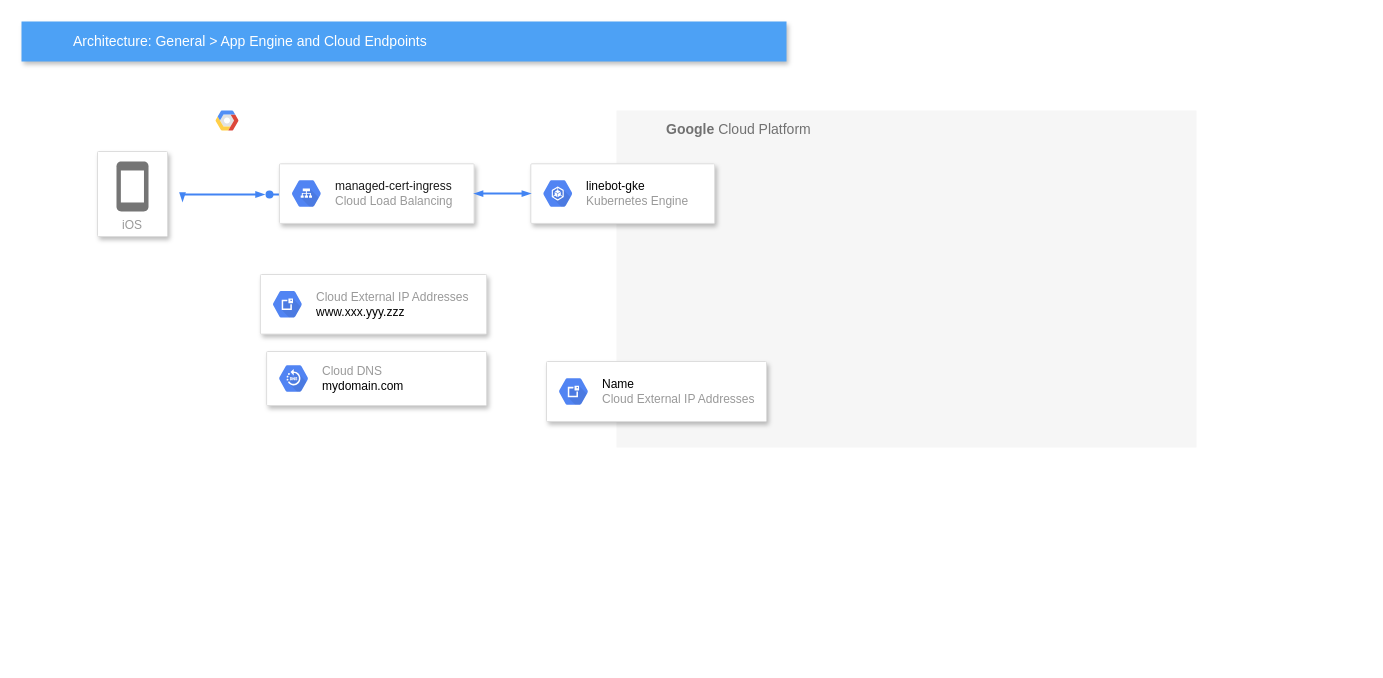
Earlier version of the draw.io diagram Untitled Diagram.drawio (kotaaaa/linebot). Source tidied: cells renumbered, new cells numbered last; positions are measured from the earlier drawing's top-left corner, leaving out a move shared by most shapes. Both pictures are drawn from the tidied source at 100%, with x=0, y=0 at pixel (21, 21).
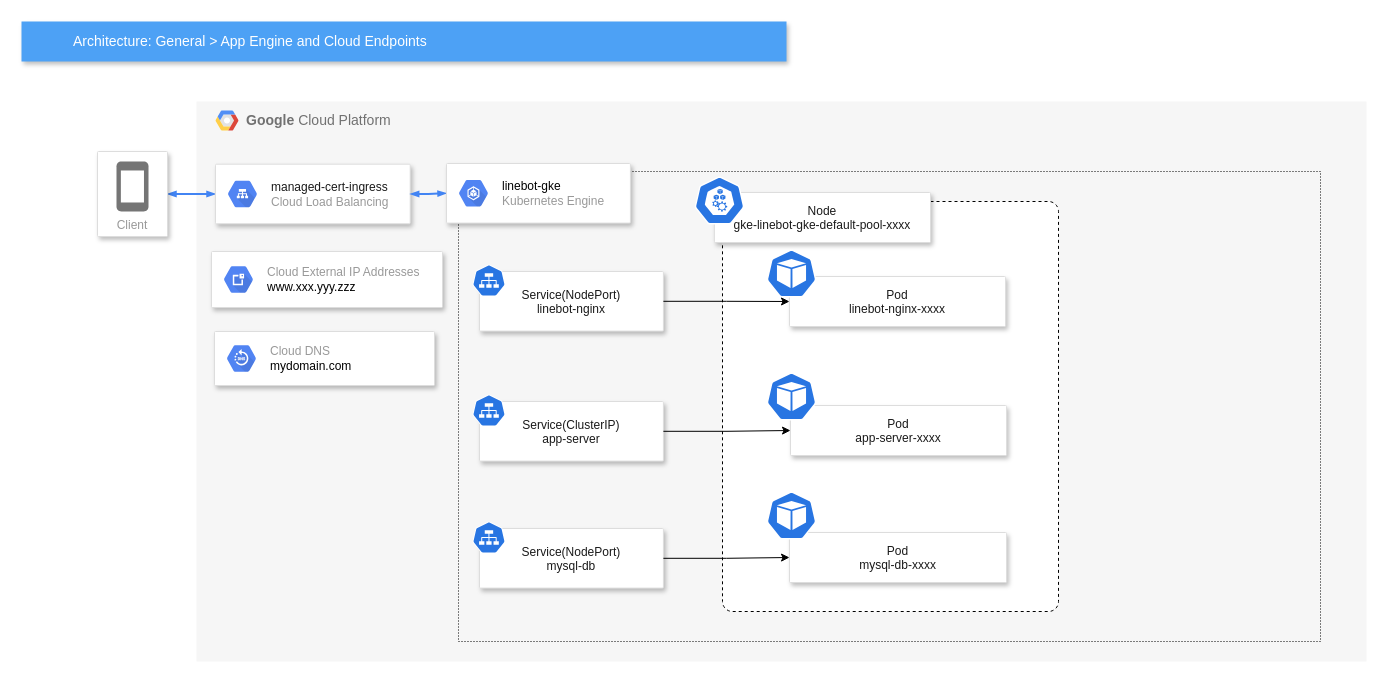
Above is the later version.

Commit message:
System diagram GCP Diagram.drawio

The edit, as a diff of the source:
```diff
@@
     <mxCell id="2" value="&lt;b&gt;Google &lt;/b&gt;Cloud Platform" style="fillColor=#F6F6F6;strokeColor=none;shadow=0;gradientColor=none;fontSize=14;align=left;spacing=10;fontColor=#717171;9E9E9E;verticalAlign=top;spacingTop=-4;fontStyle=0;spacingLeft=40;html=1;" parent="1" vertex="1">
-      <mxGeometry x="595" y="89" width="580" height="337" as="geometry" />
+      <mxGeometry x="175" y="80" width="1170" height="560" as="geometry" />
     </mxCell>
@@
-    <mxCell id="5" style="edgeStyle=orthogonalEdgeStyle;fontSize=12;html=1;endArrow=blockThin;endFill=1;rounded=0;strokeWidth=2;endSize=4;startSize=4;dashed=0;strokeColor=#4284F3;startArrow=blockThin;startFill=1;" parent="1" edge="1">
+    <mxCell id="5" style="edgeStyle=orthogonalEdgeStyle;fontSize=12;html=1;endArrow=blockThin;endFill=1;rounded=0;strokeWidth=2;endSize=4;startSize=4;dashed=0;strokeColor=#4284F3;startArrow=blockThin;startFill=1;entryX=0;entryY=0.5;entryDx=0;entryDy=0;exitX=1;exitY=0.5;exitDx=0;exitDy=0;" parent="1" edge="1" source="7" target="14">
       <mxGeometry relative="1" as="geometry">
-        <mxPoint x="161" y="180" as="sourcePoint" />
-        <mxPoint x="243" y="173" as="targetPoint" />
         <Array as="points">
-          <mxPoint x="196" y="173" />
-          <mxPoint x="196" y="173" />
+          <mxPoint x="175" y="172" />
+          <mxPoint x="175" y="172" />
         </Array>
       </mxGeometry>
     </mxCell>
@@
-    <mxCell id="7" value="iOS" style="strokeColor=#dddddd;fillColor=#ffffff;shadow=1;strokeWidth=1;rounded=1;absoluteArcSize=1;arcSize=2;labelPosition=center;verticalLabelPosition=middle;align=center;verticalAlign=bottom;spacingLeft=0;fontColor=#999999;fontSize=12;whiteSpace=wrap;spacingBottom=2;html=1;" parent="1" vertex="1">
+    <mxCell id="7" value="Client" style="strokeColor=#dddddd;fillColor=#ffffff;shadow=1;strokeWidth=1;rounded=1;absoluteArcSize=1;arcSize=2;labelPosition=center;verticalLabelPosition=middle;align=center;verticalAlign=bottom;spacingLeft=0;fontColor=#999999;fontSize=12;whiteSpace=wrap;spacingBottom=2;html=1;" parent="1" vertex="1">
       <mxGeometry x="76" y="130" width="70" height="85" as="geometry" />
     </mxCell>
@@
     <mxCell id="10" style="strokeColor=#dddddd;shadow=1;strokeWidth=1;rounded=1;absoluteArcSize=1;arcSize=2;" parent="1" vertex="1">
-      <mxGeometry x="238.9" y="253" width="226.3" height="59.6" as="geometry" />
+      <mxGeometry x="190" y="230" width="231" height="56" as="geometry" />
     </mxCell>
@@
-    <mxCell id="12" style="strokeColor=#dddddd;shadow=1;strokeWidth=1;rounded=1;absoluteArcSize=1;arcSize=2;" parent="1" vertex="1">
-      <mxGeometry x="509.3" y="142.3" width="183.9" height="59.6" as="geometry" />
-    </mxCell>
-    <mxCell id="13" value="&lt;font color=&quot;#000000&quot;&gt;linebot-gke&lt;/font&gt;&lt;br&gt;Kubernetes Engine" style="sketch=0;dashed=0;html=1;fillColor=#5184F3;strokeColor=none;shape=mxgraph.gcp2.hexIcon;prIcon=container_engine;labelPosition=right;verticalLabelPosition=middle;align=left;verticalAlign=middle;spacingLeft=5;fontColor=#999999;fontSize=12;" parent="12" vertex="1">
-      <mxGeometry y="0.5" width="44" height="39" relative="1" as="geometry">
-        <mxPoint x="5" y="-19.5" as="offset" />
-      </mxGeometry>
-    </mxCell>
     <mxCell id="14" style="strokeColor=#dddddd;shadow=1;strokeWidth=1;rounded=1;absoluteArcSize=1;arcSize=2;" parent="1" vertex="1">
-      <mxGeometry x="257.9" y="142.3" width="194.7" height="59.6" as="geometry" />
+      <mxGeometry x="194" y="142.7" width="194.7" height="59.6" as="geometry" />
     </mxCell>
@@
-    <mxCell id="16" style="edgeStyle=orthogonalEdgeStyle;fontSize=12;html=1;endArrow=blockThin;endFill=1;rounded=0;strokeWidth=2;endSize=4;startSize=4;dashed=0;strokeColor=#4284F3;startArrow=blockThin;startFill=1;entryX=0;entryY=0.5;entryDx=0;entryDy=0;exitX=1;exitY=0.5;exitDx=0;exitDy=0;" parent="1" edge="1" source="14" target="12">
+    <mxCell id="16" style="edgeStyle=orthogonalEdgeStyle;fontSize=12;html=1;endArrow=blockThin;endFill=1;rounded=0;strokeWidth=2;endSize=4;startSize=4;dashed=0;strokeColor=#4284F3;startArrow=blockThin;startFill=1;entryX=0;entryY=0.5;entryDx=0;entryDy=0;exitX=1;exitY=0.5;exitDx=0;exitDy=0;" parent="1" edge="1" source="14" target="24">
       <mxGeometry relative="1" as="geometry" />
     </mxCell>
     <mxCell id="17" style="strokeColor=#dddddd;shadow=1;strokeWidth=1;rounded=1;absoluteArcSize=1;arcSize=2;fontColor=#1A1A1A;" parent="1" vertex="1">
-      <mxGeometry x="245.1" y="330" width="220" height="54" as="geometry" />
+      <mxGeometry x="193" y="310" width="220" height="54" as="geometry" />
     </mxCell>
@@
-    <mxCell id="19" style="strokeColor=#dddddd;shadow=1;strokeWidth=1;rounded=1;absoluteArcSize=1;arcSize=2;fontColor=#1A1A1A;" parent="1" vertex="1">
-      <mxGeometry x="525" y="340" width="220" height="60" as="geometry" />
-    </mxCell>
-    <mxCell id="20" value="&lt;font color=&quot;#000000&quot;&gt;Name&lt;/font&gt;&lt;br&gt;Cloud External IP Addresses" style="sketch=0;dashed=0;html=1;fillColor=#5184F3;strokeColor=none;shape=mxgraph.gcp2.hexIcon;prIcon=cloud_external_ip_addresses;labelPosition=right;verticalLabelPosition=middle;align=left;verticalAlign=middle;spacingLeft=5;fontColor=#999999;fontSize=12;" parent="19" vertex="1">
-      <mxGeometry y="0.5" width="44" height="39" relative="1" as="geometry">
-        <mxPoint x="5" y="-19.5" as="offset" />
-      </mxGeometry>
-    </mxCell>
+    <mxCell id="21" style="fillColor=#F6F6F6;strokeColor=default;shadow=0;gradientColor=none;fontSize=14;align=left;spacing=10;fontColor=#717171;9E9E9E;verticalAlign=top;spacingTop=-4;fontStyle=0;spacingLeft=40;html=1;dashed=1;dashPattern=1 2;" parent="1" vertex="1">
+      <mxGeometry x="437" y="150" width="862" height="470" as="geometry" />
+    </mxCell>
+    <mxCell id="22" style="dashed=1;rounded=1;absoluteArcSize=1;arcSize=20;html=1;verticalAlign=top;align=left;spacingTop=5;spacingLeft=10;fontColor=#1A1A1A;" parent="1" vertex="1">
+      <mxGeometry x="701" y="180" width="336" height="410" as="geometry" />
+    </mxCell>
+    <mxCell id="23" value="Pod&#10;linebot-nginx-xxxx" style="strokeColor=#dddddd;shadow=1;strokeWidth=1;rounded=1;absoluteArcSize=1;arcSize=2;fontColor=#1A1A1A;" parent="1" vertex="1">
+      <mxGeometry x="768" y="255" width="216.1" height="50" as="geometry" />
+    </mxCell>
+    <mxCell id="24" style="strokeColor=#dddddd;shadow=1;strokeWidth=1;rounded=1;absoluteArcSize=1;arcSize=2;" parent="1" vertex="1">
+      <mxGeometry x="425" y="142" width="183.9" height="59.6" as="geometry" />
+    </mxCell>
+    <mxCell id="13" value="&lt;font color=&quot;#000000&quot;&gt;linebot-gke&lt;/font&gt;&lt;br&gt;Kubernetes Engine" style="sketch=0;dashed=0;html=1;fillColor=#5184F3;strokeColor=none;shape=mxgraph.gcp2.hexIcon;prIcon=container_engine;labelPosition=right;verticalLabelPosition=middle;align=left;verticalAlign=middle;spacingLeft=5;fontColor=#999999;fontSize=12;" parent="24" vertex="1">
+      <mxGeometry y="0.5" width="44" height="39" relative="1" as="geometry">
+        <mxPoint x="5" y="-19.5" as="offset" />
+      </mxGeometry>
+    </mxCell>
+    <mxCell id="25" style="group;" parent="1" vertex="1">
+      <mxGeometry x="447" y="290" width="183.9" height="59.6" as="geometry" />
+    </mxCell>
+    <mxCell id="26" value="Service(NodePort)&#10;linebot-nginx" style="strokeColor=#dddddd;shadow=1;strokeWidth=1;rounded=1;absoluteArcSize=1;arcSize=2;fontColor=#1A1A1A;" parent="25" vertex="1">
+      <mxGeometry x="11" y="-40" width="183.9" height="59.6" as="geometry" />
+    </mxCell>
+    <mxCell id="27" style="sketch=0;html=1;dashed=0;whitespace=wrap;fillColor=#2875E2;strokeColor=#ffffff;shape=mxgraph.kubernetes.icon;prIcon=svc;fontColor=#1A1A1A;" parent="1" vertex="1">
+      <mxGeometry x="451" y="240" width="32.9" height="38" as="geometry" />
+    </mxCell>
+    <mxCell id="28" value="Service(ClusterIP)&#10;app-server" style="strokeColor=#dddddd;shadow=1;strokeWidth=1;rounded=1;absoluteArcSize=1;arcSize=2;fontColor=#1A1A1A;" parent="1" vertex="1">
+      <mxGeometry x="458" y="380" width="183.9" height="59.6" as="geometry" />
+    </mxCell>
+    <mxCell id="29" style="sketch=0;html=1;dashed=0;whitespace=wrap;fillColor=#2875E2;strokeColor=#ffffff;shape=mxgraph.kubernetes.icon;prIcon=svc;fontColor=#1A1A1A;" parent="1" vertex="1">
+      <mxGeometry x="451" y="370" width="32.9" height="38" as="geometry" />
+    </mxCell>
+    <mxCell id="30" value="Service(NodePort)&#10;mysql-db" style="strokeColor=#dddddd;shadow=1;strokeWidth=1;rounded=1;absoluteArcSize=1;arcSize=2;fontColor=#1A1A1A;" parent="1" vertex="1">
+      <mxGeometry x="458" y="507" width="183.9" height="59.6" as="geometry" />
+    </mxCell>
+    <mxCell id="31" style="sketch=0;html=1;dashed=0;whitespace=wrap;fillColor=#2875E2;strokeColor=#ffffff;shape=mxgraph.kubernetes.icon;prIcon=svc;fontColor=#1A1A1A;" parent="1" vertex="1">
+      <mxGeometry x="451" y="497" width="32.9" height="38" as="geometry" />
+    </mxCell>
+    <mxCell id="32" value="Node&#10;gke-linebot-gke-default-pool-xxxx" style="strokeColor=#dddddd;shadow=1;strokeWidth=1;rounded=1;absoluteArcSize=1;arcSize=2;fontColor=#1A1A1A;" parent="1" vertex="1">
+      <mxGeometry x="692.9" y="171" width="216.1" height="50" as="geometry" />
+    </mxCell>
+    <mxCell id="33" style="sketch=0;html=1;dashed=0;whitespace=wrap;fillColor=#2875E2;strokeColor=#ffffff;shape=mxgraph.kubernetes.icon;prIcon=node;fontColor=#1A1A1A;" parent="1" vertex="1">
+      <mxGeometry x="673" y="155" width="50" height="48" as="geometry" />
+    </mxCell>
+    <mxCell id="34" style="sketch=0;html=1;dashed=0;whitespace=wrap;fillColor=#2875E2;strokeColor=#ffffff;shape=mxgraph.kubernetes.icon;prIcon=pod;fontColor=#1A1A1A;" parent="1" vertex="1">
+      <mxGeometry x="745" y="228" width="50" height="48" as="geometry" />
+    </mxCell>
+    <mxCell id="35" value="Pod&#10;app-server-xxxx" style="strokeColor=#dddddd;shadow=1;strokeWidth=1;rounded=1;absoluteArcSize=1;arcSize=2;fontColor=#1A1A1A;" parent="1" vertex="1">
+      <mxGeometry x="769" y="384" width="216.1" height="50" as="geometry" />
+    </mxCell>
+    <mxCell id="36" style="edgeStyle=orthogonalEdgeStyle;rounded=0;jettySize=auto;html=1;fontColor=#1A1A1A;entryX=0;entryY=0.5;entryDx=0;entryDy=0;" parent="1" edge="1" source="28" target="35">
+      <mxGeometry relative="1" as="geometry" />
+    </mxCell>
+    <mxCell id="37" style="sketch=0;html=1;dashed=0;whitespace=wrap;fillColor=#2875E2;strokeColor=#ffffff;shape=mxgraph.kubernetes.icon;prIcon=pod;fontColor=#1A1A1A;" parent="1" vertex="1">
+      <mxGeometry x="745" y="351" width="50" height="48" as="geometry" />
+    </mxCell>
+    <mxCell id="38" value="Pod&#10;mysql-db-xxxx" style="strokeColor=#dddddd;shadow=1;strokeWidth=1;rounded=1;absoluteArcSize=1;arcSize=2;fontColor=#1A1A1A;" parent="1" vertex="1">
+      <mxGeometry x="768" y="511" width="217.1" height="50" as="geometry" />
+    </mxCell>
+    <mxCell id="39" style="sketch=0;html=1;dashed=0;whitespace=wrap;fillColor=#2875E2;strokeColor=#ffffff;shape=mxgraph.kubernetes.icon;prIcon=pod;fontColor=#1A1A1A;" parent="1" vertex="1">
+      <mxGeometry x="745" y="470" width="50" height="48" as="geometry" />
+    </mxCell>
+    <mxCell id="40" style="edgeStyle=orthogonalEdgeStyle;rounded=0;jettySize=auto;html=1;fontColor=#1A1A1A;entryX=0;entryY=0.5;entryDx=0;entryDy=0;" parent="1" edge="1" source="30" target="38">
+      <mxGeometry relative="1" as="geometry" />
+    </mxCell>
+    <mxCell id="41" style="edgeStyle=orthogonalEdgeStyle;rounded=0;jettySize=auto;html=1;fontColor=#1A1A1A;entryX=0;entryY=0.5;entryDx=0;entryDy=0;" parent="1" edge="1" source="26" target="23">
+      <mxGeometry relative="1" as="geometry" />
+    </mxCell>
```
